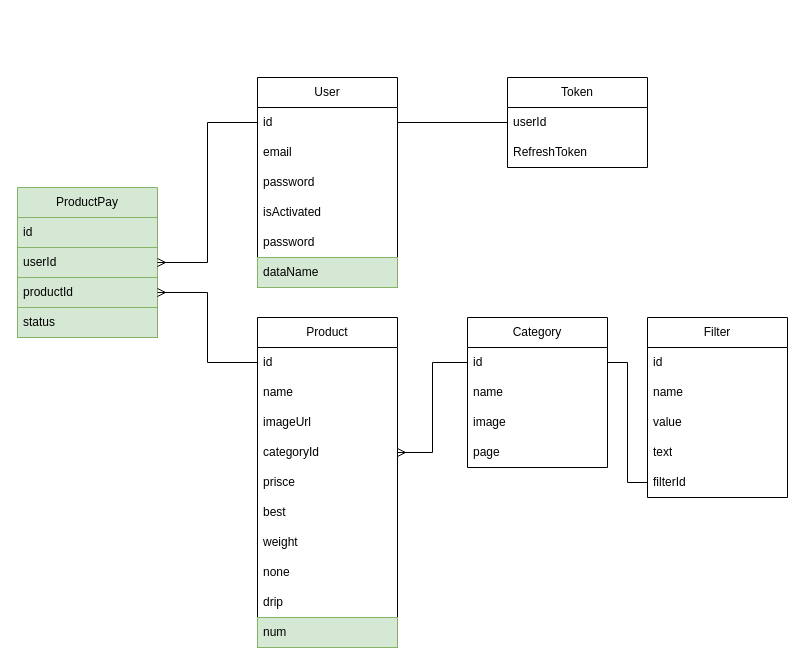
This is coffeShopNext.drawio from Denis77713/coffeShopNext, a draw.io file, before an edit. Source tidied: cells renumbered, new cells numbered last; positions are measured from the earlier drawing's top-left corner, leaving out a move shared by most shapes. Both pictures are drawn from the tidied source at 100%, with x=0, y=0 at pixel (17, 77).
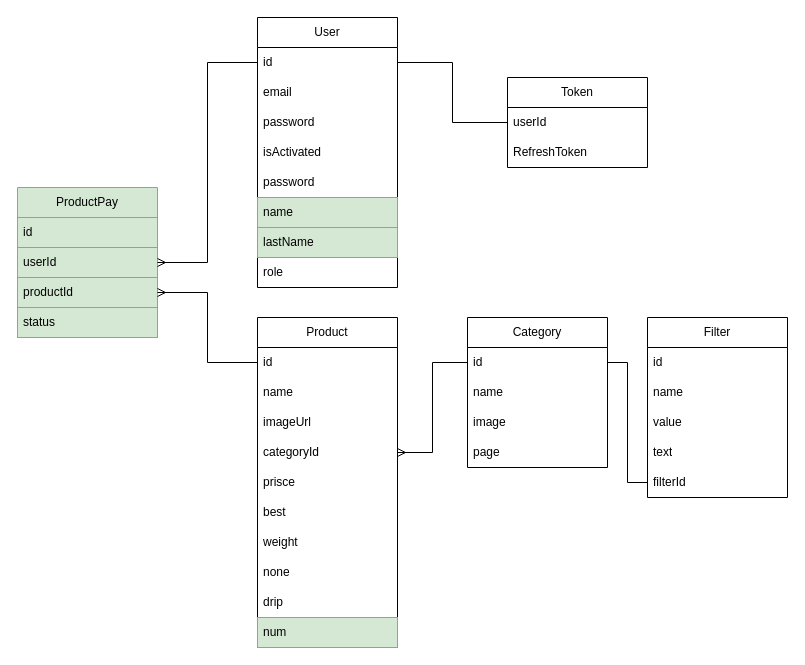
Above is the later version.

Diff of the diagram source:
```diff
@@
     <mxCell id="2" value="User" style="swimlane;fontStyle=0;horizontal=1;startSize=30;whiteSpace=wrap;html=1;" parent="1" vertex="1">
-      <mxGeometry x="240" width="140" height="210" as="geometry" />
+      <mxGeometry x="240" y="-60" width="140" height="270" as="geometry" />
     </mxCell>
@@
-    <mxCell id="8" value="dataName" style="text;strokeColor=#82b366;fillColor=#d5e8d4;align=left;verticalAlign=middle;spacingLeft=4;spacingRight=4;overflow=hidden;whiteSpace=wrap;html=1;" parent="2" vertex="1">
+    <mxCell id="8" value="name" style="text;strokeColor=#82b366;fillColor=#d5e8d4;align=left;verticalAlign=middle;spacingLeft=4;spacingRight=4;overflow=hidden;whiteSpace=wrap;html=1;" parent="2" vertex="1">
       <mxGeometry y="180" width="140" height="30" as="geometry" />
     </mxCell>
+    <mxCell id="44" value="lastName" style="text;strokeColor=#82b366;fillColor=#d5e8d4;align=left;verticalAlign=middle;spacingLeft=4;spacingRight=4;overflow=hidden;whiteSpace=wrap;html=1;" parent="2" vertex="1">
+      <mxGeometry y="210" width="140" height="30" as="geometry" />
+    </mxCell>
+    <mxCell id="45" value="role" style="text;strokeColor=none;fillColor=none;align=left;verticalAlign=middle;spacingLeft=4;spacingRight=4;overflow=hidden;whiteSpace=wrap;html=1;" parent="2" vertex="1">
+      <mxGeometry y="240" width="140" height="30" as="geometry" />
+    </mxCell>
```
